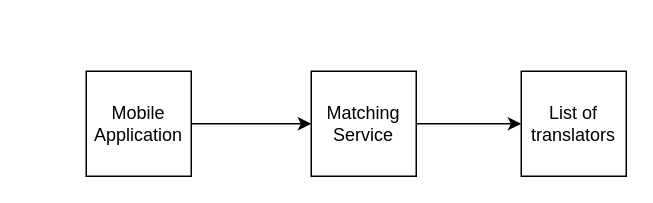
The draw.io diagram Untitled Diagram.drawio in ThomVett/Genomic_Passport, before the edit. Source tidied: cells renumbered, new cells numbered last; positions are measured from the earlier drawing's top-left corner, leaving out a move shared by most shapes. Both pictures are drawn from the tidied source at 150%, with x=0, y=0 at pixel (86, 70).
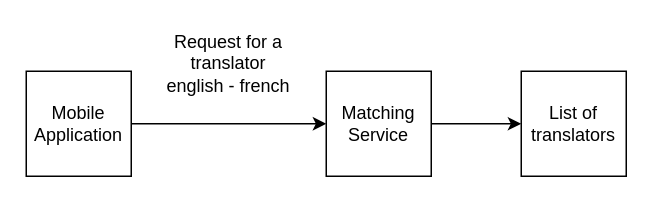
The same page after the edit.

What changed in the source:
```diff
@@
 <mxGraphModel>
   <root>
     <mxCell id="0" />
     <mxCell id="1" parent="0" />
     <mxCell id="2" value="Mobile Application" style="whiteSpace=wrap;html=1;" parent="1" vertex="1">
-      <mxGeometry width="70" height="70" as="geometry" />
+      <mxGeometry x="-40" width="70" height="70" as="geometry" />
     </mxCell>
     <mxCell id="3" value="Matching Service" style="whiteSpace=wrap;html=1;" parent="1" vertex="1">
-      <mxGeometry x="150" width="70" height="70" as="geometry" />
+      <mxGeometry x="160" width="70" height="70" as="geometry" />
     </mxCell>
     <mxCell id="4" value="List of translators" style="whiteSpace=wrap;html=1;" parent="1" vertex="1">
       <mxGeometry x="290" width="70" height="70" as="geometry" />
     </mxCell>
-    <mxCell id="5" style="endArrow=classic;html=1;exitX=1;exitY=0.5;exitDx=0;exitDy=0;" parent="1" edge="1" source="2">
-      <mxGeometry relative="1" as="geometry">
-        <mxPoint x="150" y="35" as="targetPoint" />
-      </mxGeometry>
+    <mxCell id="5" style="endArrow=classic;html=1;exitX=1;exitY=0.5;exitDx=0;exitDy=0;entryX=0;entryY=0.5;entryDx=0;entryDy=0;" parent="1" edge="1" source="2" target="3">
+      <mxGeometry relative="1" as="geometry" />
     </mxCell>
     <mxCell id="6" style="endArrow=classic;html=1;exitX=1;exitY=0.5;exitDx=0;exitDy=0;" parent="1" edge="1" source="3" target="4">
       <mxGeometry relative="1" as="geometry" />
     </mxCell>
+    <mxCell id="7" value="Request for a translator english - french" style="text;html=1;strokeColor=none;fillColor=none;align=center;verticalAlign=middle;whiteSpace=wrap;rounded=0;" parent="1" vertex="1">
+      <mxGeometry x="50" y="-30" width="90" height="50" as="geometry" />
+    </mxCell>
   </root>
 </mxGraphModel>
```
